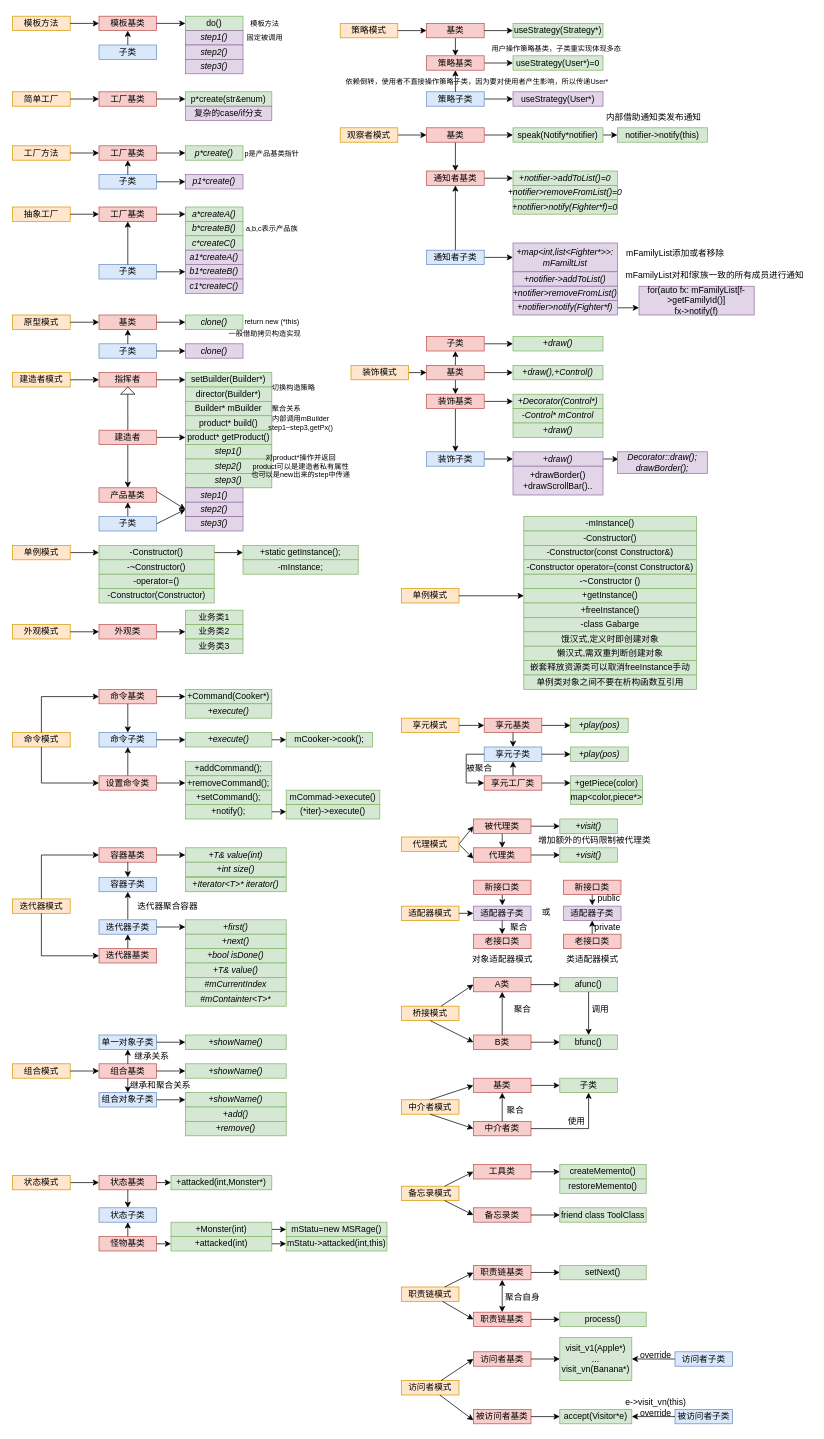
The draw.io diagram designMode.drawio in chenbei97/C--DesignMode, before the edit. Source tidied: cells renumbered, new cells numbered last; positions are measured from the earlier drawing's top-left corner, leaving out a move shared by most shapes. Both pictures are drawn from the tidied source at 72%, with x=0, y=0 at pixel (12, 12).
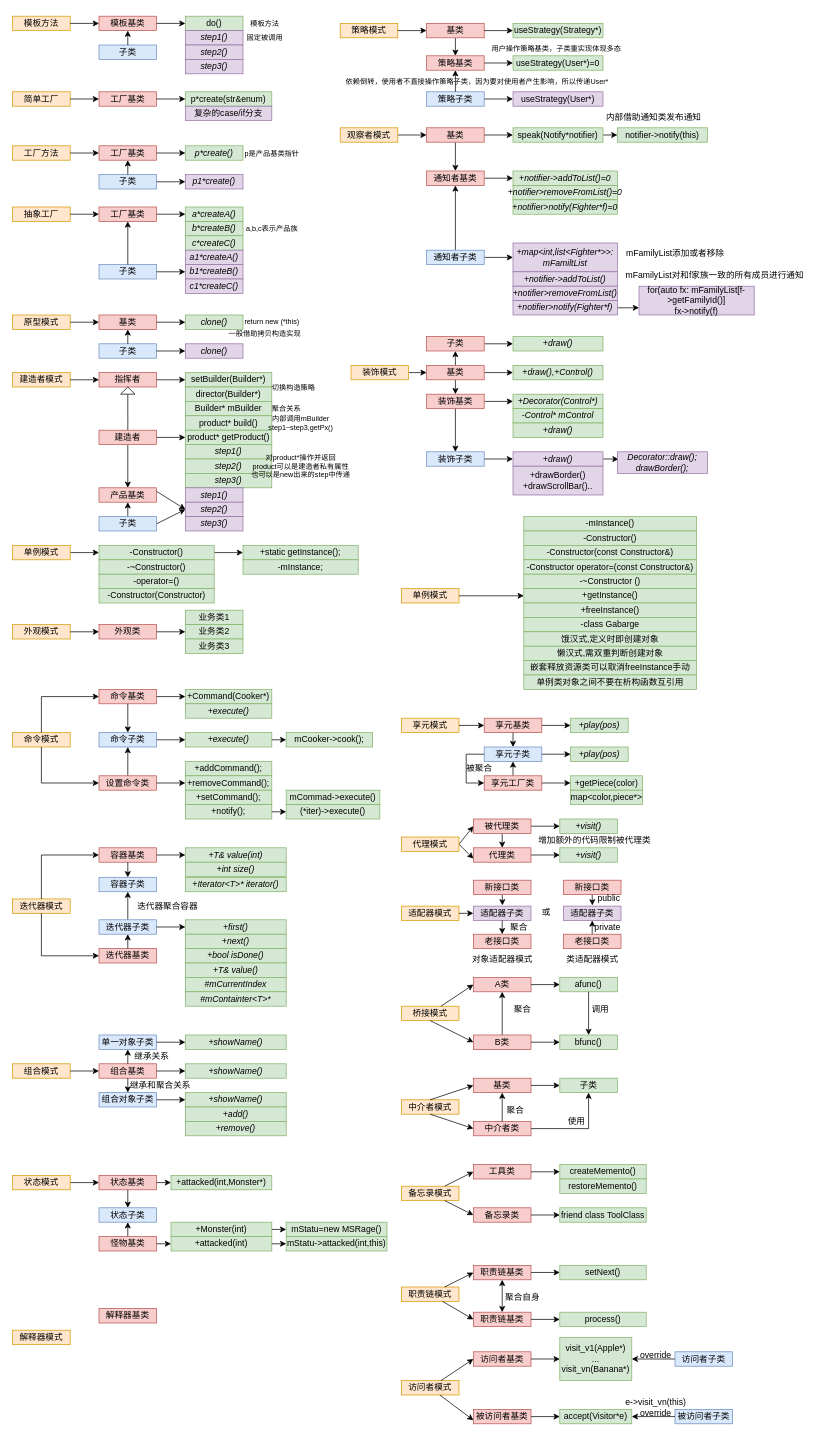
The same diagram, later.

Commit message (it also covers changes not shown here):
解释器模式

The edit, as a diff of the source:
```diff
@@
+    <mxCell id="380" value="解释器模式" style="whiteSpace=wrap;html=1;fillColor=#ffe6cc;strokeColor=#d79b00;" parent="1" vertex="1">
+      <mxGeometry y="1830" width="80" height="20" as="geometry" />
+    </mxCell>
+    <mxCell id="381" value="解释器基类" style="whiteSpace=wrap;html=1;fillColor=#f8cecc;strokeColor=#b85450;" parent="1" vertex="1">
+      <mxGeometry x="120" y="1800" width="80" height="20" as="geometry" />
+    </mxCell>
```
